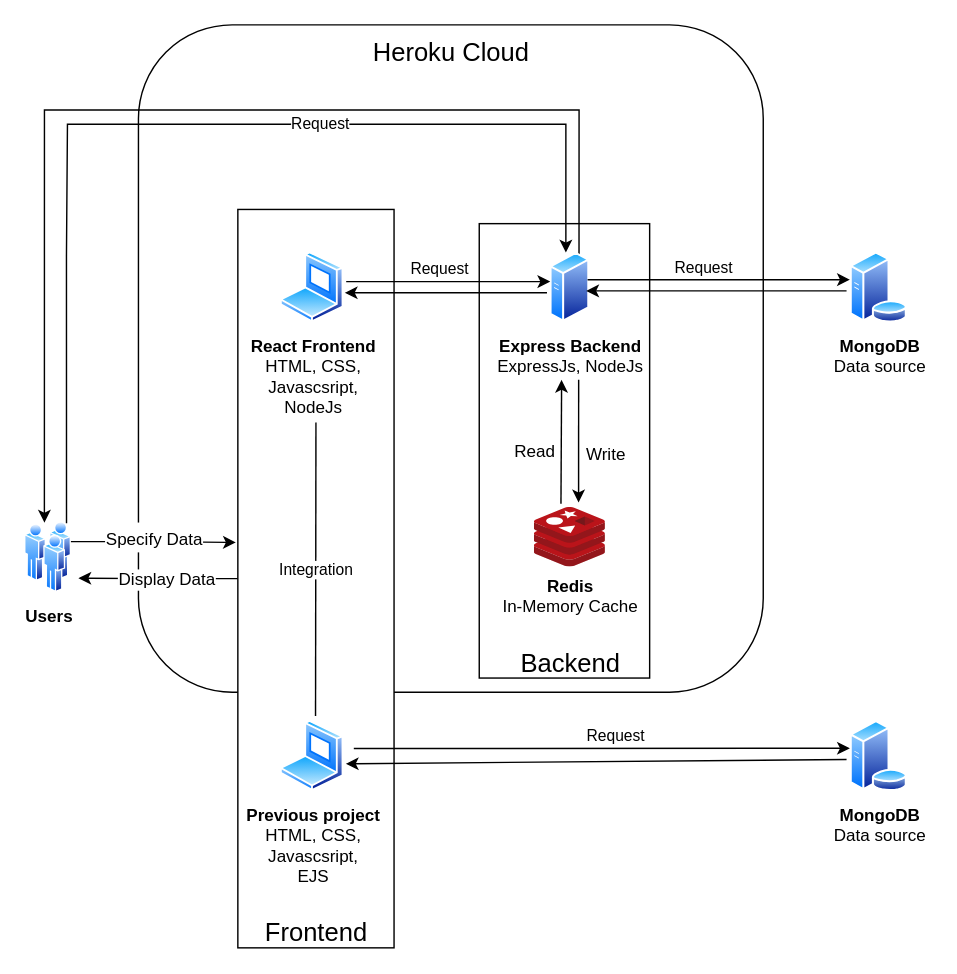
This is amr-architecture.drawio from NGUYENTRONGDAT123/Staphopia, a draw.io file, before an edit. Source tidied: cells renumbered, new cells numbered last; positions are measured from the earlier drawing's top-left corner, leaving out a move shared by most shapes. Both pictures are drawn from the tidied source at 142%, with x=0, y=0 at pixel (24, 24).
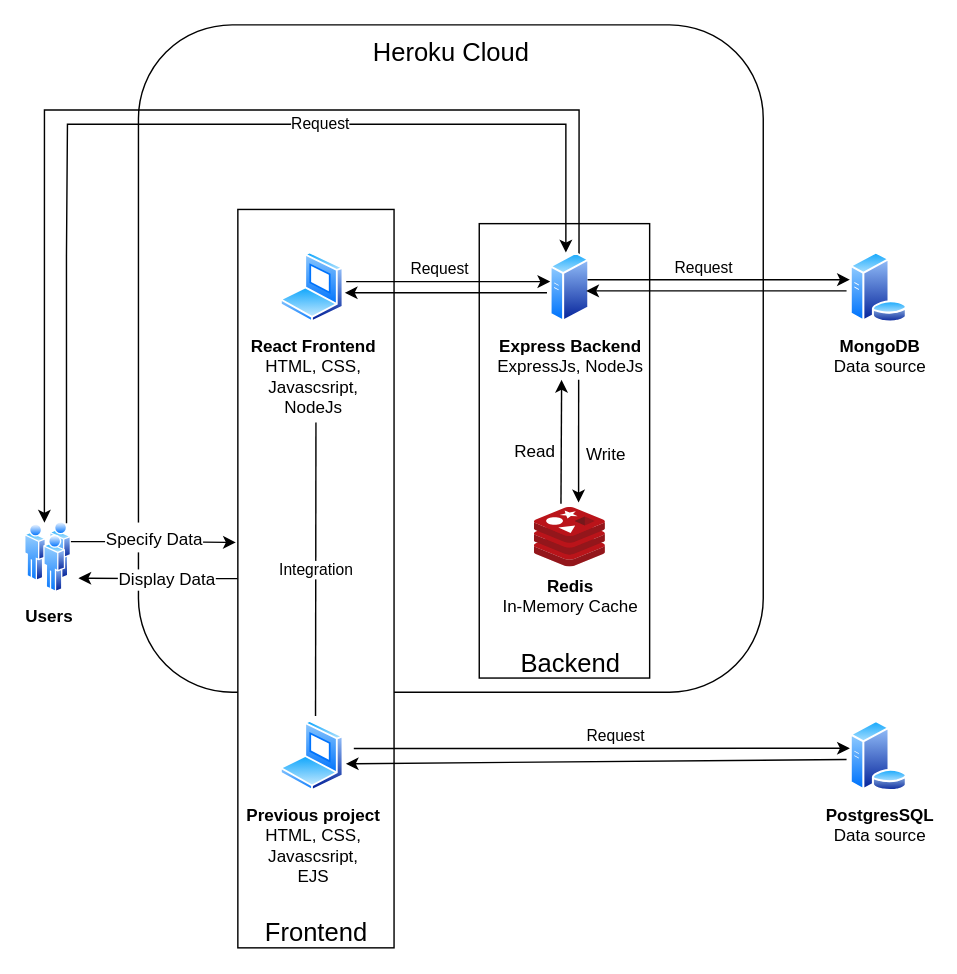
The same page after the edit.

What changed in the source:
```diff
@@
-    <mxCell id="28" value="&lt;b&gt;MongoDB&lt;/b&gt;&lt;br&gt;Data source" style="perimeter=ellipsePerimeter;html=1;align=center;shadow=0;dashed=0;spacingTop=3;image;image=img/lib/active_directory/database_server.svg;" parent="1" vertex="1">
+    <mxCell id="28" value="&lt;b&gt;PostgresSQL&lt;br&gt;&lt;/b&gt;Data source" style="perimeter=ellipsePerimeter;html=1;align=center;shadow=0;dashed=0;spacingTop=3;image;image=img/lib/active_directory/database_server.svg;" parent="1" vertex="1">
       <mxGeometry x="581" y="490" width="41" height="50" as="geometry" />
     </mxCell>
```
